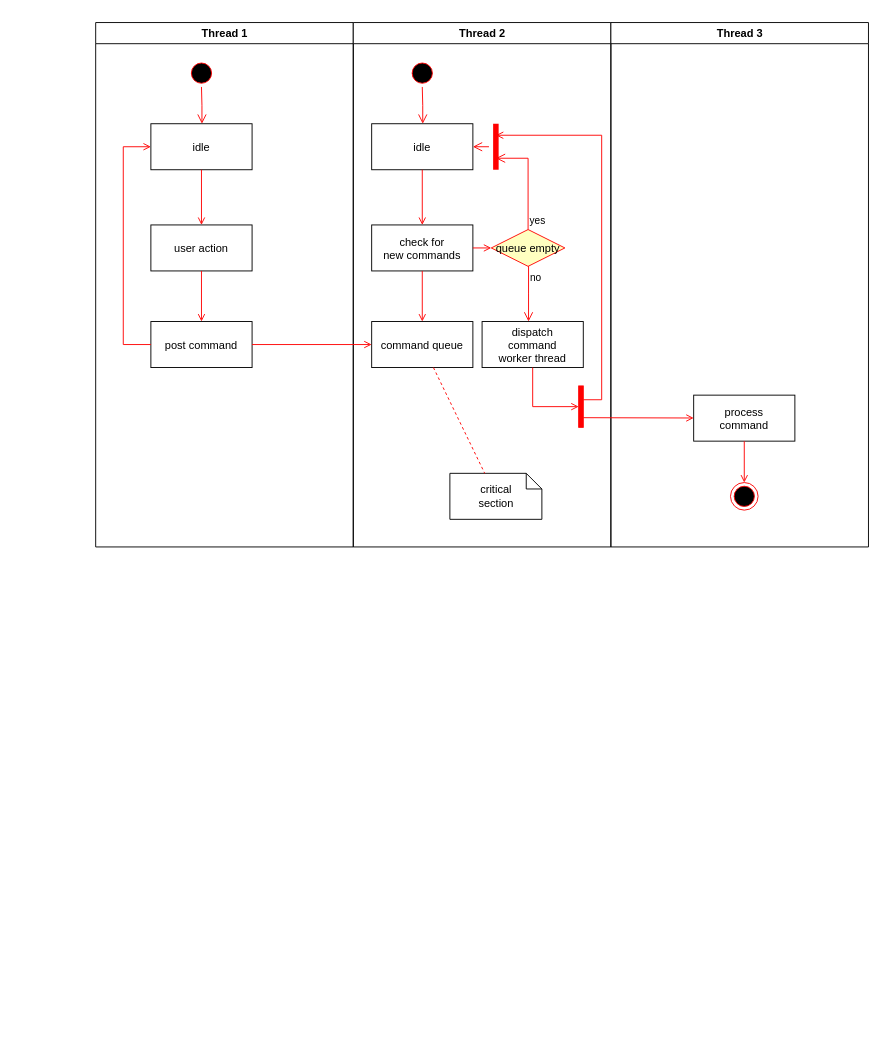
qiaoshouxing/draw.io keeps this draw.io diagram as devdrv_manager.drawio. Above is the earlier version. Source tidied: cells renumbered, new cells numbered last; positions are measured from the earlier drawing's top-left corner, leaving out a move shared by most shapes. Both pictures are drawn from the tidied source at 92%, with x=0, y=0 at pixel (95, 22).
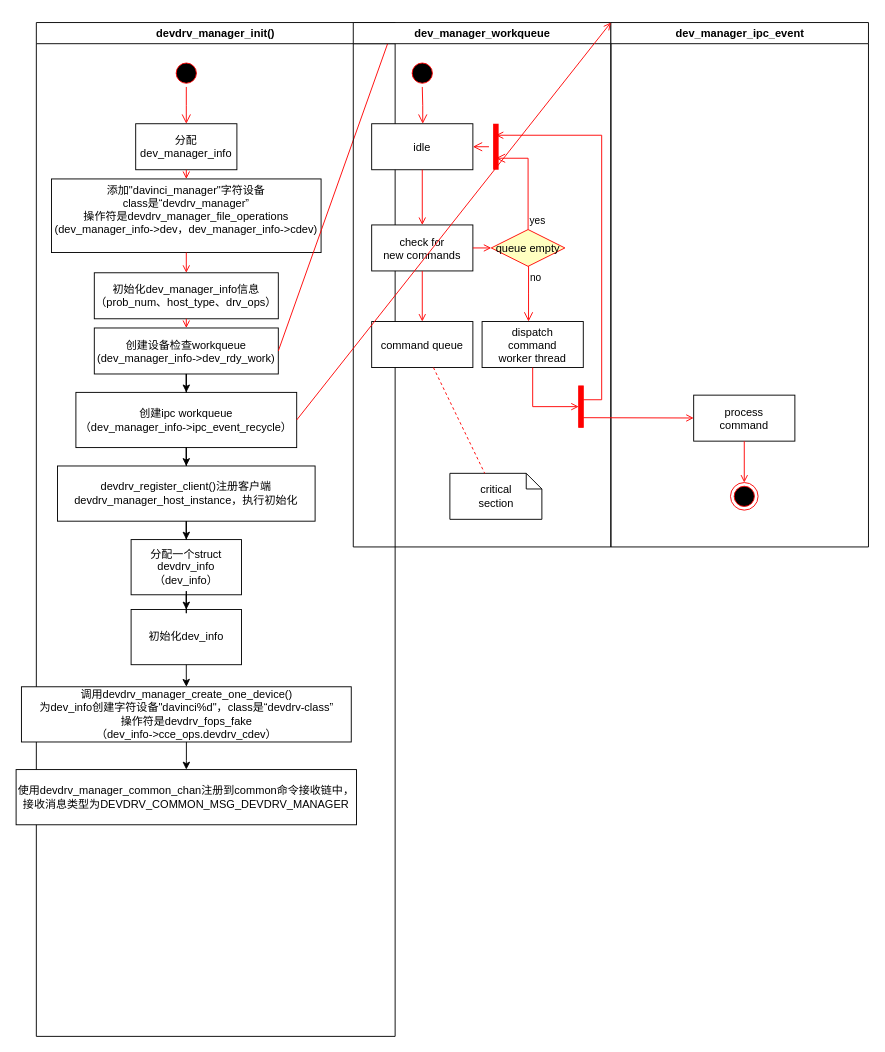
Above is the later version.

Unchanged cells that the change refers to:
```xml
<mxCell id="17" value="command queue" parent="11" vertex="1">
  <mxGeometry x="20" y="325" width="110" height="50" as="geometry" />
</mxCell>
```

The edit, as a diff of the source:
```diff
@@
-    <mxCell id="2" value="Thread 1" style="swimlane;whiteSpace=wrap;" parent="1" vertex="1">
-      <mxGeometry x="0.5" width="280" height="570" as="geometry" />
+    <mxCell id="2" value="devdrv_manager_init()" style="swimlane;whiteSpace=wrap;" parent="1" vertex="1">
+      <mxGeometry x="-64" width="390" height="1102" as="geometry" />
     </mxCell>
     <mxCell id="3" style="ellipse;shape=startState;fillColor=#000000;strokeColor=#ff0000;" parent="2" vertex="1">
-      <mxGeometry x="100" y="40" width="30" height="30" as="geometry" />
+      <mxGeometry x="148" y="40" width="30" height="30" as="geometry" />
     </mxCell>
     <mxCell id="4" style="edgeStyle=elbowEdgeStyle;elbow=horizontal;verticalAlign=bottom;endArrow=open;endSize=8;strokeColor=#FF0000;endFill=1;rounded=0;" parent="2" edge="1" source="3" target="5">
-      <mxGeometry x="100" y="40" as="geometry" />
+      <mxGeometry x="148" y="40" as="geometry" />
     </mxCell>
-    <mxCell id="5" value="idle" parent="2" vertex="1">
-      <mxGeometry x="60" y="110" width="110" height="50" as="geometry" />
+    <mxCell id="5" value="分配&#10;dev_manager_info" parent="2" vertex="1">
+      <mxGeometry x="108" y="110" width="110" height="50" as="geometry" />
     </mxCell>
-    <mxCell id="6" value="user action" parent="2" vertex="1">
-      <mxGeometry x="60" y="220" width="110" height="50" as="geometry" />
+    <mxCell id="6" value="添加&quot;davinci_manager&quot;字符设备&#10;class是“devdrv_manager”&#10;操作符是devdrv_manager_file_operations&#10;(dev_manager_info-&gt;dev，dev_manager_info-&gt;cdev)&#10;" parent="2" vertex="1">
+      <mxGeometry x="16.5" y="170" width="293" height="80" as="geometry" />
     </mxCell>
@@
-    <mxCell id="8" value="post command" parent="2" vertex="1">
-      <mxGeometry x="60" y="325" width="110" height="50" as="geometry" />
+    <mxCell id="8" value="创建设备检查workqueue&#10;(dev_manager_info-&gt;dev_rdy_work)" parent="2" vertex="1">
+      <mxGeometry x="63" y="332" width="200" height="50" as="geometry" />
     </mxCell>
-    <mxCell id="9" style="endArrow=open;strokeColor=#FF0000;endFill=1;rounded=0;" parent="2" edge="1" source="6" target="8">
+    <mxCell id="9" style="endArrow=open;strokeColor=#FF0000;endFill=1;rounded=0;entryX=0.5;entryY=0;entryDx=0;entryDy=0;" parent="2" edge="1" source="6" target="40">
       <mxGeometry relative="1" as="geometry" />
     </mxCell>
-    <mxCell id="10" style="edgeStyle=elbowEdgeStyle;elbow=horizontal;strokeColor=#FF0000;endArrow=open;endFill=1;rounded=0;" parent="2" edge="1" source="8" target="5">
-      <mxGeometry relative="1" as="geometry">
-        <Array as="points">
-          <mxPoint x="30" y="250" />
-        </Array>
-      </mxGeometry>
-    </mxCell>
+    <mxCell id="37" style="endArrow=open;strokeColor=#FF0000;endFill=1;rounded=0;exitX=1;exitY=0.5;exitDx=0;exitDy=0;entryX=1;entryY=0;entryDx=0;entryDy=0;" parent="2" edge="1" source="8" target="2">
+      <mxGeometry relative="1" as="geometry" />
+    </mxCell>
+    <mxCell id="38" value="创建ipc workqueue&lt;br&gt;（dev_manager_info-&amp;gt;ipc_event_recycle）" style="whiteSpace=wrap;html=1;" parent="2" vertex="1">
+      <mxGeometry x="43" y="402" width="240" height="60" as="geometry" />
+    </mxCell>
+    <mxCell id="39" style="edgeStyle=orthogonalEdgeStyle;rounded=0;jettySize=auto;html=1;" parent="2" edge="1" source="8" target="38">
+      <mxGeometry relative="1" as="geometry" />
+    </mxCell>
+    <mxCell id="40" value="初始化dev_manager_info信息&#10;（prob_num、host_type、drv_ops）" parent="2" vertex="1">
+      <mxGeometry x="63" y="272" width="200" height="50" as="geometry" />
+    </mxCell>
+    <mxCell id="41" style="endArrow=open;strokeColor=#FF0000;endFill=1;rounded=0;entryX=0.5;entryY=0;entryDx=0;entryDy=0;exitX=0.5;exitY=1;exitDx=0;exitDy=0;" parent="2" edge="1" source="40" target="8">
+      <mxGeometry relative="1" as="geometry" />
+    </mxCell>
+    <mxCell id="42" value="devdrv_register_client()注册客户端devdrv_manager_host_instance，执行初始化" style="whiteSpace=wrap;html=1;" parent="2" vertex="1">
+      <mxGeometry x="23" y="482" width="280" height="60" as="geometry" />
+    </mxCell>
+    <mxCell id="43" style="edgeStyle=orthogonalEdgeStyle;rounded=0;jettySize=auto;html=1;" parent="2" edge="1" source="38" target="42">
+      <mxGeometry relative="1" as="geometry" />
+    </mxCell>
+    <mxCell id="44" value="分配一个struct devdrv_info&lt;br&gt;（dev_info）" style="whiteSpace=wrap;html=1;" parent="2" vertex="1">
+      <mxGeometry x="103" y="562" width="120" height="60" as="geometry" />
+    </mxCell>
+    <mxCell id="45" style="edgeStyle=orthogonalEdgeStyle;rounded=0;jettySize=auto;html=1;" parent="2" edge="1" source="42" target="44">
+      <mxGeometry relative="1" as="geometry" />
+    </mxCell>
+    <mxCell id="46" value="初始化dev_info" style="whiteSpace=wrap;html=1;" parent="2" vertex="1">
+      <mxGeometry x="103" y="638" width="120" height="60" as="geometry" />
+    </mxCell>
+    <mxCell id="47" style="edgeStyle=orthogonalEdgeStyle;rounded=0;jettySize=auto;html=1;" parent="2" edge="1" source="44" target="46">
+      <mxGeometry relative="1" as="geometry" />
+    </mxCell>
+    <mxCell id="48" value="调用devdrv_manager_create_one_device()&lt;br&gt;为dev_info创建字符设备&quot;davinci%d&quot;，class是“devdrv-class”&lt;br&gt;操作符是devdrv_fops_fake&lt;br&gt;（dev_info-&amp;gt;cce_ops.devdrv_cdev）" style="whiteSpace=wrap;html=1;" parent="2" vertex="1">
+      <mxGeometry x="-16.2" y="722" width="358.5" height="60" as="geometry" />
+    </mxCell>
+    <mxCell id="49" style="edgeStyle=orthogonalEdgeStyle;rounded=0;jettySize=auto;html=1;" parent="2" edge="1" source="46" target="48">
+      <mxGeometry relative="1" as="geometry" />
+    </mxCell>
+    <mxCell id="50" value="使用devdrv_manager_common_chan注册到common命令接收链中，接收消息类型为DEVDRV_COMMON_MSG_DEVDRV_MANAGER" style="whiteSpace=wrap;html=1;" parent="2" vertex="1">
+      <mxGeometry x="-22" y="812" width="370" height="60" as="geometry" />
+    </mxCell>
+    <mxCell id="51" style="edgeStyle=orthogonalEdgeStyle;rounded=0;jettySize=auto;html=1;" parent="2" edge="1" source="48" target="50">
+      <mxGeometry relative="1" as="geometry" />
+    </mxCell>
-    <mxCell id="11" value="Thread 2" style="swimlane;whiteSpace=wrap;" parent="1" vertex="1">
+    <mxCell id="11" value="dev_manager_workqueue" style="swimlane;whiteSpace=wrap;" parent="1" vertex="1">
       <mxGeometry x="280.5" width="280" height="570" as="geometry" />
     </mxCell>
@@
-    <mxCell id="30" value="Thread 3" style="swimlane;whiteSpace=wrap;" parent="1" vertex="1">
+    <mxCell id="30" value="dev_manager_ipc_event" style="swimlane;whiteSpace=wrap;" parent="1" vertex="1">
       <mxGeometry x="560.5" width="280" height="570" as="geometry" />
     </mxCell>
@@
-    <mxCell id="36" style="endArrow=open;strokeColor=#FF0000;endFill=1;rounded=0;" parent="1" edge="1" source="8" target="17">
-      <mxGeometry relative="1" as="geometry" />
-    </mxCell>
+    <mxCell id="52" style="endArrow=open;strokeColor=#FF0000;endFill=1;rounded=0;exitX=1;exitY=0.5;exitDx=0;exitDy=0;entryX=0;entryY=0;entryDx=0;entryDy=0;" parent="1" edge="1" source="38" target="30">
+      <mxGeometry relative="1" as="geometry" />
+    </mxCell>
```
